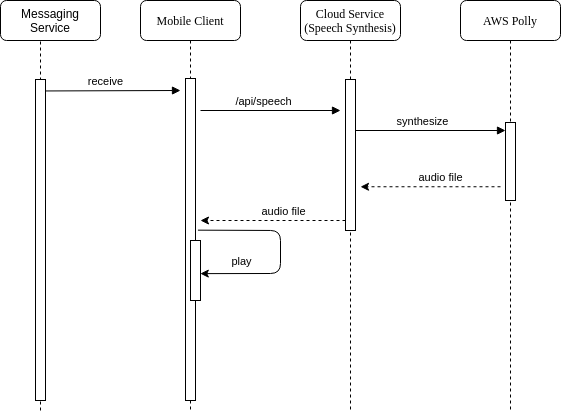
Before: src/graphics/diagramms/Sequence_Speech_Synth_V01.png, a diagram exported from draw.io (jsvilling/IP6_Bachelorarbeit_Bericht_Cloudbasiertes_Praxisrufsystem). Source tidied: cells renumbered, new cells last; positions are measured from the earlier drawing's top-left corner, leaving out a move shared by most shapes.
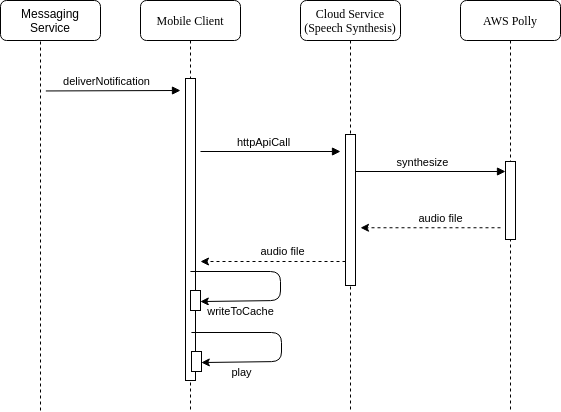
The same file after the commit.

Commit message:
Fix SpeechSynth sequence

The edit, as a diff of the source:
```diff
@@ -6,7 +6,7 @@
       <mxGeometry x="140" width="100" height="410" as="geometry" />
     </mxCell>
     <mxCell id="3" style="html=1;points=[];perimeter=orthogonalPerimeter;rounded=0;shadow=0;comic=0;labelBackgroundColor=none;strokeWidth=1;fontFamily=Verdana;fontSize=12;align=center;" parent="2" vertex="1">
-      <mxGeometry x="45" y="78" width="10" height="322" as="geometry" />
+      <mxGeometry x="45" y="78" width="10" height="302" as="geometry" />
     </mxCell>
     <mxCell id="4" value="Cloud Service&lt;br&gt;(Speech Synthesis)" style="shape=umlLifeline;perimeter=lifelinePerimeter;whiteSpace=wrap;html=1;rounded=1;shadow=0;comic=0;labelBackgroundColor=none;strokeWidth=1;fontFamily=Verdana;fontSize=12;align=center;" parent="1" vertex="1">
       <mxGeometry x="300" width="100" height="410" as="geometry" />
@@ -15,21 +15,21 @@
       <mxGeometry x="460" width="100" height="410" as="geometry" />
     </mxCell>
     <mxCell id="6" style="html=1;perimeter=orthogonalPerimeter;rounded=0;shadow=0;comic=0;labelBackgroundColor=none;strokeWidth=1;fontFamily=Verdana;fontSize=12;align=center;" parent="5" vertex="1">
-      <mxGeometry x="45" y="122" width="10" height="78" as="geometry" />
+      <mxGeometry x="45" y="161" width="10" height="78" as="geometry" />
     </mxCell>
-    <mxCell id="7" value="receive" style="html=1;verticalAlign=bottom;endArrow=block;exitX=1.034;exitY=0.016;exitDx=0;exitDy=0;exitPerimeter=0;" parent="1" edge="1">
+    <mxCell id="7" value="deliverNotification" style="html=1;verticalAlign=bottom;endArrow=block;exitX=1.034;exitY=0.016;exitDx=0;exitDy=0;exitPerimeter=0;" parent="1" edge="1">
       <mxGeometry x="-0.1" relative="1" as="geometry">
         <mxPoint x="45.3" y="90.5" as="sourcePoint" />
         <mxPoint x="180" y="90" as="targetPoint" />
       </mxGeometry>
     </mxCell>
     <mxCell id="8" style="html=1;perimeter=orthogonalPerimeter;rounded=0;shadow=0;comic=0;labelBackgroundColor=none;strokeWidth=1;fontFamily=Verdana;fontSize=12;align=center;" parent="1" vertex="1">
-      <mxGeometry x="345" y="79" width="10" height="151" as="geometry" />
+      <mxGeometry x="345" y="134" width="10" height="151" as="geometry" />
     </mxCell>
     <mxCell id="9" style="endArrow=classic;html=1;dashed=1;" parent="1" edge="1">
       <mxGeometry relative="1" as="geometry">
-        <mxPoint x="500" y="186.3" as="sourcePoint" />
-        <mxPoint x="360" y="186.3" as="targetPoint" />
+        <mxPoint x="500" y="227.3" as="sourcePoint" />
+        <mxPoint x="360" y="227.3" as="targetPoint" />
       </mxGeometry>
     </mxCell>
     <mxCell id="10" value="audio file" style="edgeLabel;html=1;align=center;verticalAlign=middle;" parent="9" vertex="1">
@@ -42,28 +42,25 @@
         <mxPoint x="40" y="410" as="sourcePoint" />
       </mxGeometry>
     </mxCell>
-    <mxCell id="12" style="html=1;perimeter=orthogonalPerimeter;rounded=0;shadow=0;comic=0;labelBackgroundColor=none;strokeWidth=1;fontFamily=Verdana;fontSize=12;align=center;" parent="1" vertex="1">
-      <mxGeometry x="35" y="79" width="10" height="321" as="geometry" />
-    </mxCell>
-    <mxCell id="13" value="/api/speech" style="html=1;verticalAlign=bottom;endArrow=block;" parent="1" edge="1">
+    <mxCell id="13" value="httpApiCall" style="html=1;verticalAlign=bottom;endArrow=block;" parent="1" edge="1">
       <mxGeometry x="-0.1" relative="1" as="geometry">
-        <mxPoint x="200" y="110" as="sourcePoint" />
-        <mxPoint x="340" y="110" as="targetPoint" />
+        <mxPoint x="200" y="151" as="sourcePoint" />
+        <mxPoint x="340" y="151" as="targetPoint" />
       </mxGeometry>
     </mxCell>
     <mxCell id="14" value="synthesize" style="html=1;verticalAlign=bottom;endArrow=block;" parent="1" edge="1">
       <mxGeometry x="-0.1" relative="1" as="geometry">
-        <mxPoint x="355" y="130" as="sourcePoint" />
-        <mxPoint x="505" y="130" as="targetPoint" />
+        <mxPoint x="355" y="171" as="sourcePoint" />
+        <mxPoint x="505" y="171" as="targetPoint" />
       </mxGeometry>
     </mxCell>
     <mxCell id="15" style="html=1;points=[];perimeter=orthogonalPerimeter;rounded=0;shadow=0;comic=0;labelBackgroundColor=none;strokeWidth=1;fontFamily=Verdana;fontSize=12;align=center;" parent="1" vertex="1">
-      <mxGeometry x="190" y="240" width="10" height="60" as="geometry" />
+      <mxGeometry x="190" y="290" width="10" height="20" as="geometry" />
     </mxCell>
     <mxCell id="16" style="endArrow=classic;html=1;dashed=1;" parent="1" edge="1">
       <mxGeometry relative="1" as="geometry">
-        <mxPoint x="345" y="220" as="sourcePoint" />
-        <mxPoint x="200" y="220" as="targetPoint" />
+        <mxPoint x="345" y="261" as="sourcePoint" />
+        <mxPoint x="200" y="261" as="targetPoint" />
       </mxGeometry>
     </mxCell>
     <mxCell id="17" value="audio file" style="edgeLabel;html=1;align=center;verticalAlign=middle;" parent="16" vertex="1">
@@ -71,19 +68,39 @@
         <mxPoint x="1" y="-11" as="offset" />
       </mxGeometry>
     </mxCell>
-    <mxCell id="18" style="endArrow=classic;html=1;entryX=0.981;entryY=0.552;entryDx=0;entryDy=0;entryPerimeter=0;exitX=1.243;exitY=0.471;exitDx=0;exitDy=0;exitPerimeter=0;" parent="1" edge="1" source="3" target="15">
+    <mxCell id="18" style="endArrow=classic;html=1;entryX=0.981;entryY=0.552;entryDx=0;entryDy=0;entryPerimeter=0;" parent="1" edge="1" target="15">
       <mxGeometry relative="1" as="geometry">
+        <mxPoint x="189.9" y="271" as="sourcePoint" />
         <Array as="points">
-          <mxPoint x="280" y="230" />
-          <mxPoint x="280" y="273" />
+          <mxPoint x="280" y="271" />
+          <mxPoint x="280" y="300" />
         </Array>
       </mxGeometry>
     </mxCell>
-    <mxCell id="19" value="play" style="edgeLabel;html=1;align=center;verticalAlign=middle;" parent="1" vertex="1">
-      <mxGeometry x="240" y="260" as="geometry" />
+    <mxCell id="19" value="writeToCache" style="edgeLabel;html=1;align=center;verticalAlign=middle;" parent="1" vertex="1">
+      <mxGeometry x="240" y="301" as="geometry">
+        <mxPoint y="10" as="offset" />
+      </mxGeometry>
     </mxCell>
     <mxCell id="20" value="Messaging Service" style="rounded=1;whiteSpace=wrap;html=1;" parent="1" vertex="1">
       <mxGeometry width="100" height="40" as="geometry" />
     </mxCell>
+    <mxCell id="21" style="html=1;points=[];perimeter=orthogonalPerimeter;rounded=0;shadow=0;comic=0;labelBackgroundColor=none;strokeWidth=1;fontFamily=Verdana;fontSize=12;align=center;" parent="1" vertex="1">
+      <mxGeometry x="191" y="351" width="10" height="20" as="geometry" />
+    </mxCell>
+    <mxCell id="22" style="endArrow=classic;html=1;entryX=0.981;entryY=0.552;entryDx=0;entryDy=0;entryPerimeter=0;" parent="1" edge="1" target="21">
+      <mxGeometry relative="1" as="geometry">
+        <mxPoint x="190.9" y="332" as="sourcePoint" />
+        <Array as="points">
+          <mxPoint x="281" y="332" />
+          <mxPoint x="281" y="361" />
+        </Array>
+      </mxGeometry>
+    </mxCell>
+    <mxCell id="23" value="play" style="edgeLabel;html=1;align=center;verticalAlign=middle;" parent="1" vertex="1">
+      <mxGeometry x="241" y="362" as="geometry">
+        <mxPoint y="10" as="offset" />
+      </mxGeometry>
+    </mxCell>
   </root>
 </mxGraphModel>
```
